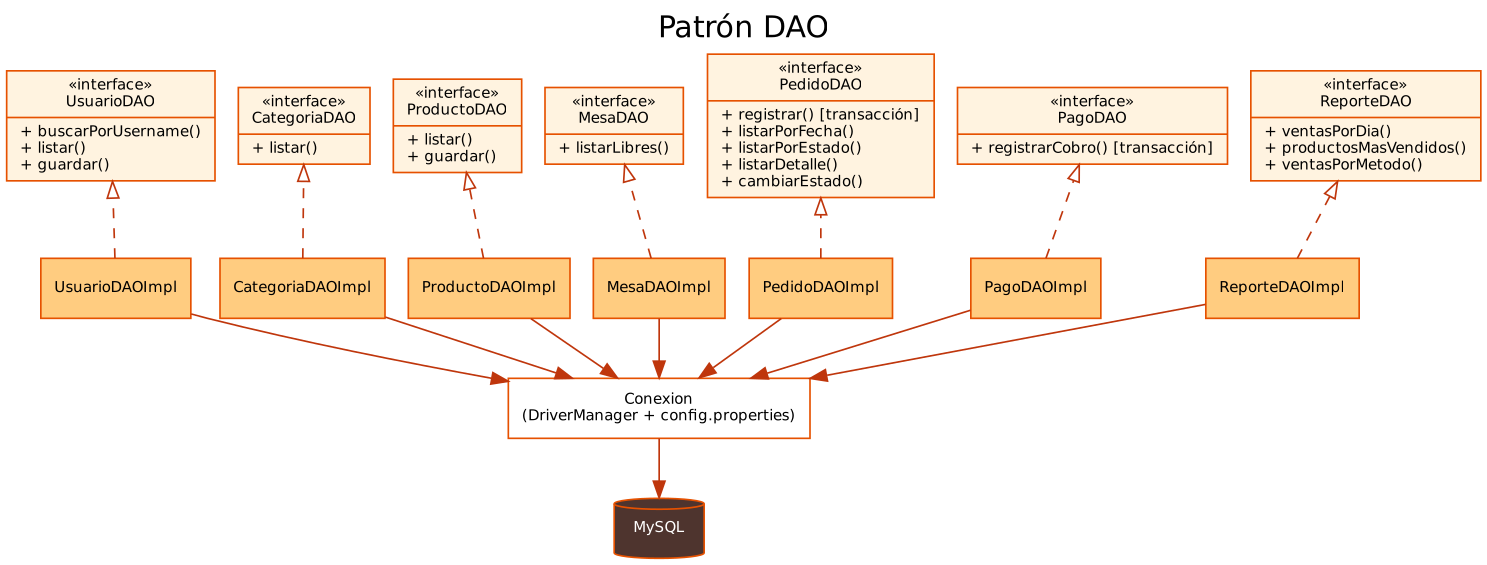
Before: docs/diagramas/dao.png, a diagram exported from Graphviz (tonylee-ops/don-caffeto-apf3). Its source is kept beside it as docs/diagramas/dao.dot.
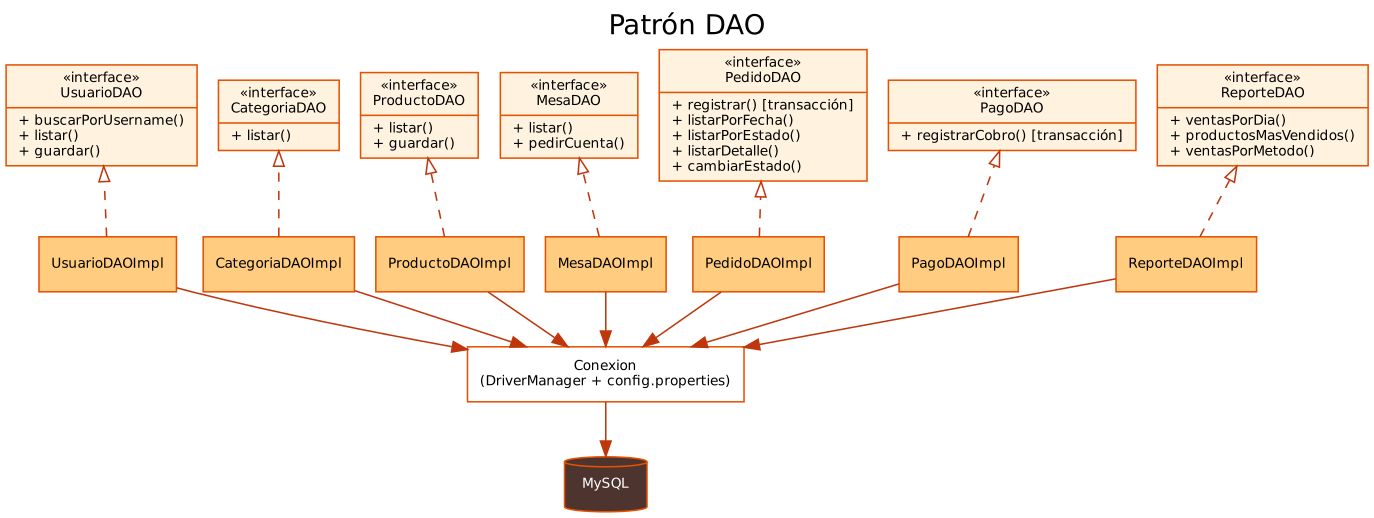
Later version of the same file.

What changed in the source:
```diff
@@ -5,7 +5,7 @@
   U [label="{«interface»\nUsuarioDAO|+ buscarPorUsername()\l+ listar()\l+ guardar()\l}"];
   C [label="{«interface»\nCategoriaDAO|+ listar()\l}"];
   P [label="{«interface»\nProductoDAO|+ listar()\l+ guardar()\l}"];
-  M [label="{«interface»\nMesaDAO|+ listarLibres()\l}"];
+  M [label="{«interface»\nMesaDAO|+ listar()\l+ pedirCuenta()\l}"];
   D [label="{«interface»\nPedidoDAO|+ registrar()  [transacción]\l+ listarPorFecha()\l+ listarPorEstado()\l+ listarDetalle()\l+ cambiarEstado()\l}"];
   G [label="{«interface»\nPagoDAO|+ registrarCobro()  [transacción]\l}"];
   R [label="{«interface»\nReporteDAO|+ ventasPorDia()\l+ productosMasVendidos()\l+ ventasPorMetodo()\l}"];
```
